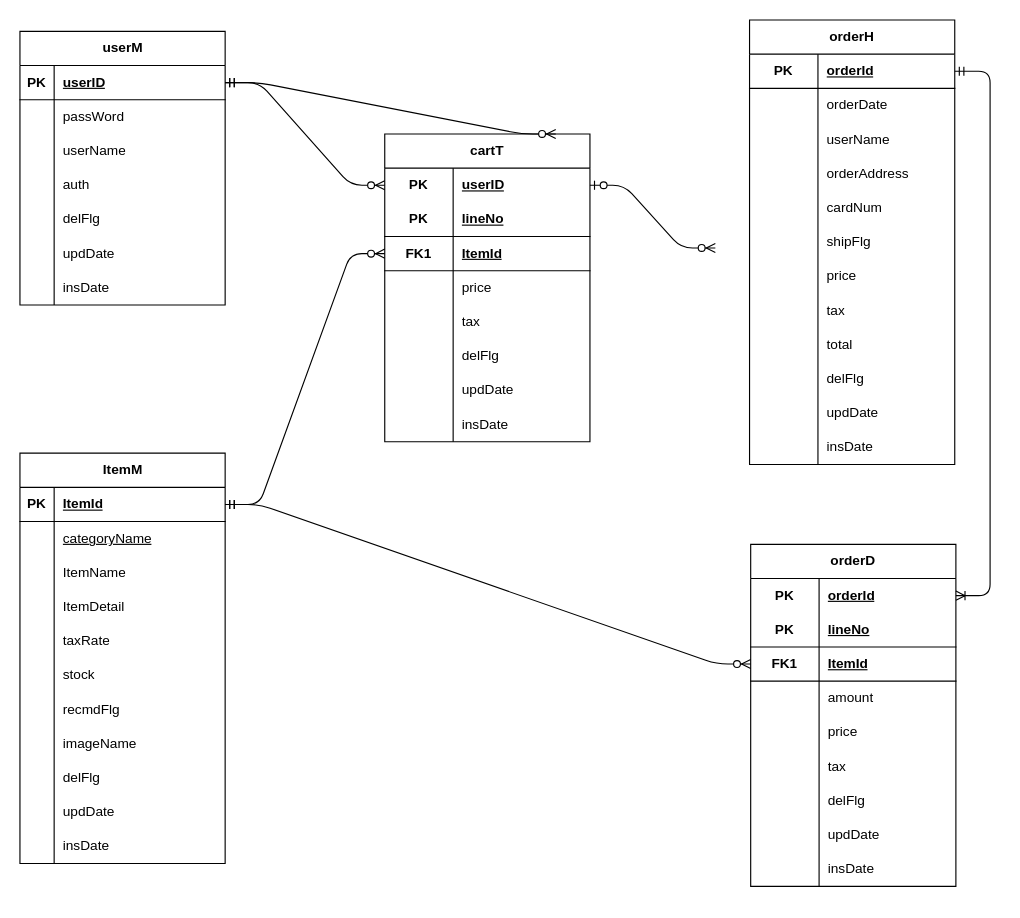
Before: page "のど飴ＤＢ" (1 of 3) of 仕様書/er.dio in 25r1116hirai-cmd/25R1116_Nodoame_EC_Project, a draw.io diagram. Source tidied: cells renumbered, new cells numbered last; positions are measured from the earlier drawing's top-left corner, leaving out a move shared by most shapes. Both pictures are drawn from the tidied source at 114%, with x=0, y=0 at pixel (19, -26).
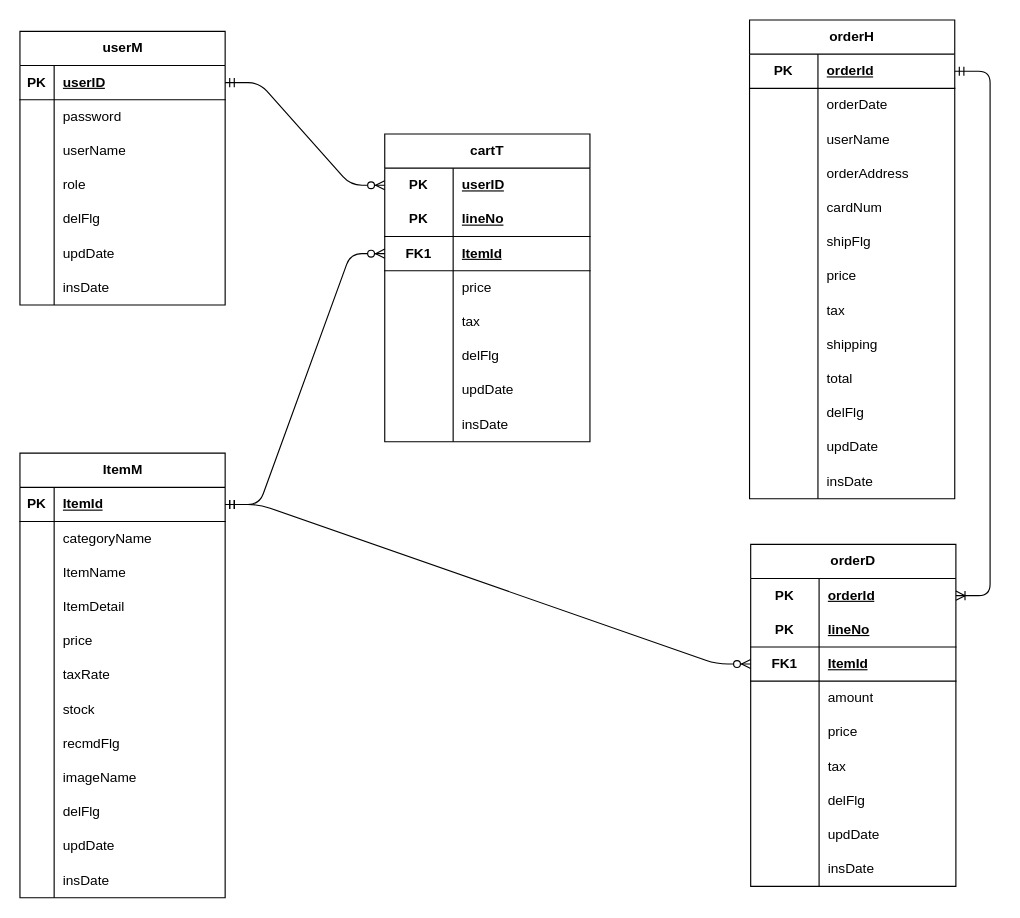
The same diagram, later.

The change refers to these unchanged cells:
```xml
<mxCell id="3" style="shape=tableRow;horizontal=0;startSize=0;swimlaneHead=0;swimlaneBody=0;fillColor=none;points=[[0,0.5],[1,0.5]];portConstraint=eastwest;top=0;left=0;right=0;bottom=1;" parent="2" vertex="1">
  <mxGeometry y="30" width="180" height="30" as="geometry" />
</mxCell>
<mxCell id="6" style="shape=tableRow;horizontal=0;startSize=0;swimlaneHead=0;swimlaneBody=0;fillColor=none;top=0;left=0;right=0;bottom=0;" parent="2" vertex="1">
  <mxGeometry y="60" width="180" height="30" as="geometry" />
</mxCell>
<mxCell id="12" style="shape=tableRow;horizontal=0;startSize=0;swimlaneHead=0;swimlaneBody=0;fillColor=none;top=0;left=0;right=0;bottom=0;" parent="2" vertex="1">
  <mxGeometry y="120" width="180" height="30" as="geometry" />
</mxCell>
<mxCell id="28" style="shape=tableRow;horizontal=0;startSize=0;swimlaneHead=0;swimlaneBody=0;fillColor=none;top=0;left=0;right=0;bottom=0;" parent="24" vertex="1">
  <mxGeometry y="60" width="180" height="30" as="geometry" />
</mxCell>
<mxCell id="59" style="shape=tableRow;horizontal=0;startSize=0;swimlaneHead=0;swimlaneBody=0;fillColor=none;points=[[0,0.5],[1,0.5]];portConstraint=eastwest;top=0;left=0;right=0;bottom=0;html=1;" parent="58" vertex="1">
  <mxGeometry y="30" width="180" height="30" as="geometry" />
</mxCell>
```

The edit, as a diff of the source:
```diff
@@
-    <mxCell id="8" value="passWord" style="shape=partialRectangle;fillColor=none;top=0;left=0;bottom=0;right=0;align=left;spacingLeft=6;overflow=hidden;whiteSpace=wrap;html=1;" parent="6" vertex="1">
+    <mxCell id="8" value="password" style="shape=partialRectangle;fillColor=none;top=0;left=0;bottom=0;right=0;align=left;spacingLeft=6;overflow=hidden;whiteSpace=wrap;html=1;" parent="6" vertex="1">
       <mxGeometry x="30" width="150" height="30" as="geometry" />
     </mxCell>
@@
-    <mxCell id="14" value="auth" style="shape=partialRectangle;fillColor=none;top=0;left=0;bottom=0;right=0;align=left;spacingLeft=6;overflow=hidden;whiteSpace=wrap;html=1;" parent="12" vertex="1">
+    <mxCell id="14" value="role" style="shape=partialRectangle;fillColor=none;top=0;left=0;bottom=0;right=0;align=left;spacingLeft=6;overflow=hidden;whiteSpace=wrap;html=1;" parent="12" vertex="1">
       <mxGeometry x="30" width="150" height="30" as="geometry" />
     </mxCell>
@@
     <mxCell id="24" value="ItemM" style="shape=table;startSize=30;childLayout=tableLayout;rowLines=0;fontStyle=1;align=center;html=1;" parent="1" vertex="1">
-      <mxGeometry y="420" width="180" height="360" as="geometry" />
+      <mxGeometry y="420" width="180" height="390" as="geometry" />
     </mxCell>
@@
-    <mxCell id="30" value="&lt;span style=&quot;color: rgb(0, 0, 0); text-decoration-line: underline;&quot;&gt;categoryName&lt;/span&gt;" style="shape=partialRectangle;fillColor=none;top=0;left=0;bottom=0;right=0;align=left;spacingLeft=6;overflow=hidden;whiteSpace=wrap;html=1;" parent="28" vertex="1">
+    <mxCell id="30" value="&lt;span style=&quot;color: rgb(0, 0, 0);&quot;&gt;categoryName&lt;/span&gt;" style="shape=partialRectangle;fillColor=none;top=0;left=0;bottom=0;right=0;align=left;spacingLeft=6;overflow=hidden;whiteSpace=wrap;html=1;fontStyle=0;" parent="28" vertex="1">
       <mxGeometry x="30" width="150" height="30" as="geometry" />
     </mxCell>
@@
+    <mxCell id="154" style="shape=tableRow;horizontal=0;startSize=0;swimlaneHead=0;swimlaneBody=0;fillColor=none;top=0;left=0;right=0;bottom=0;" parent="24" vertex="1">
+      <mxGeometry y="150" width="180" height="30" as="geometry" />
+    </mxCell>
+    <mxCell id="155" style="shape=partialRectangle;fillColor=none;top=0;left=0;bottom=0;right=0;overflow=hidden;whiteSpace=wrap;html=1;" parent="154" vertex="1">
+      <mxGeometry width="30" height="30" as="geometry" />
+    </mxCell>
+    <mxCell id="156" value="price" style="shape=partialRectangle;fillColor=none;top=0;left=0;bottom=0;right=0;align=left;spacingLeft=6;overflow=hidden;whiteSpace=wrap;html=1;" parent="154" vertex="1">
+      <mxGeometry x="30" width="150" height="30" as="geometry" />
+    </mxCell>
     <mxCell id="37" style="shape=tableRow;horizontal=0;startSize=0;swimlaneHead=0;swimlaneBody=0;fillColor=none;top=0;left=0;right=0;bottom=0;" parent="24" vertex="1">
-      <mxGeometry y="150" width="180" height="30" as="geometry" />
+      <mxGeometry y="180" width="180" height="30" as="geometry" />
     </mxCell>
@@
     <mxCell id="40" style="shape=tableRow;horizontal=0;startSize=0;swimlaneHead=0;swimlaneBody=0;fillColor=none;top=0;left=0;right=0;bottom=0;" parent="24" vertex="1">
-      <mxGeometry y="180" width="180" height="30" as="geometry" />
+      <mxGeometry y="210" width="180" height="30" as="geometry" />
     </mxCell>
@@
     <mxCell id="43" style="shape=tableRow;horizontal=0;startSize=0;swimlaneHead=0;swimlaneBody=0;fillColor=none;top=0;left=0;right=0;bottom=0;" parent="24" vertex="1">
-      <mxGeometry y="210" width="180" height="30" as="geometry" />
+      <mxGeometry y="240" width="180" height="30" as="geometry" />
     </mxCell>
@@
     <mxCell id="46" style="shape=tableRow;horizontal=0;startSize=0;swimlaneHead=0;swimlaneBody=0;fillColor=none;top=0;left=0;right=0;bottom=0;" parent="24" vertex="1">
-      <mxGeometry y="240" width="180" height="30" as="geometry" />
+      <mxGeometry y="270" width="180" height="30" as="geometry" />
     </mxCell>
@@
     <mxCell id="49" style="shape=tableRow;horizontal=0;startSize=0;swimlaneHead=0;swimlaneBody=0;fillColor=none;top=0;left=0;right=0;bottom=0;" parent="24" vertex="1">
-      <mxGeometry y="270" width="180" height="30" as="geometry" />
+      <mxGeometry y="300" width="180" height="30" as="geometry" />
     </mxCell>
@@
     <mxCell id="52" style="shape=tableRow;horizontal=0;startSize=0;swimlaneHead=0;swimlaneBody=0;fillColor=none;top=0;left=0;right=0;bottom=0;" parent="24" vertex="1">
-      <mxGeometry y="300" width="180" height="30" as="geometry" />
+      <mxGeometry y="330" width="180" height="30" as="geometry" />
     </mxCell>
@@
     <mxCell id="55" style="shape=tableRow;horizontal=0;startSize=0;swimlaneHead=0;swimlaneBody=0;fillColor=none;top=0;left=0;right=0;bottom=0;" parent="24" vertex="1">
-      <mxGeometry y="330" width="180" height="30" as="geometry" />
+      <mxGeometry y="360" width="180" height="30" as="geometry" />
     </mxCell>
@@
     <mxCell id="85" value="orderH" style="shape=table;startSize=30;childLayout=tableLayout;rowLines=0;fontStyle=1;align=center;html=1;whiteSpace=wrap;" parent="1" vertex="1">
-      <mxGeometry x="640" y="40" width="180" height="390" as="geometry" />
+      <mxGeometry x="640" y="40" width="180" height="420" as="geometry" />
     </mxCell>
@@
+    <mxCell id="157" style="shape=tableRow;horizontal=0;startSize=0;swimlaneHead=0;swimlaneBody=0;fillColor=none;top=0;left=0;right=0;bottom=0;html=1;" parent="85" vertex="1">
+      <mxGeometry y="270" width="180" height="30" as="geometry" />
+    </mxCell>
+    <mxCell id="158" style="shape=partialRectangle;fillColor=none;top=0;left=0;bottom=0;right=0;overflow=hidden;html=1;whiteSpace=wrap;" parent="157" vertex="1">
+      <mxGeometry width="60" height="30" as="geometry" />
+    </mxCell>
+    <mxCell id="159" value="shipping" style="shape=partialRectangle;fillColor=none;top=0;left=0;bottom=0;right=0;align=left;spacingLeft=6;overflow=hidden;html=1;whiteSpace=wrap;" parent="157" vertex="1">
+      <mxGeometry x="60" width="120" height="30" as="geometry" />
+    </mxCell>
     <mxCell id="110" style="shape=tableRow;horizontal=0;startSize=0;swimlaneHead=0;swimlaneBody=0;fillColor=none;top=0;left=0;right=0;bottom=0;html=1;" parent="85" vertex="1">
-      <mxGeometry y="270" width="180" height="30" as="geometry" />
+      <mxGeometry y="300" width="180" height="30" as="geometry" />
     </mxCell>
@@
     <mxCell id="113" style="shape=tableRow;horizontal=0;startSize=0;swimlaneHead=0;swimlaneBody=0;fillColor=none;top=0;left=0;right=0;bottom=0;html=1;" parent="85" vertex="1">
-      <mxGeometry y="300" width="180" height="30" as="geometry" />
+      <mxGeometry y="330" width="180" height="30" as="geometry" />
     </mxCell>
@@
     <mxCell id="116" style="shape=tableRow;horizontal=0;startSize=0;swimlaneHead=0;swimlaneBody=0;fillColor=none;top=0;left=0;right=0;bottom=0;html=1;" parent="85" vertex="1">
-      <mxGeometry y="330" width="180" height="30" as="geometry" />
+      <mxGeometry y="360" width="180" height="30" as="geometry" />
     </mxCell>
@@
     <mxCell id="119" style="shape=tableRow;horizontal=0;startSize=0;swimlaneHead=0;swimlaneBody=0;fillColor=none;top=0;left=0;right=0;bottom=0;html=1;" parent="85" vertex="1">
-      <mxGeometry y="360" width="180" height="30" as="geometry" />
+      <mxGeometry y="390" width="180" height="30" as="geometry" />
     </mxCell>
@@
-    <mxCell id="122" style="edgeStyle=entityRelationEdgeStyle;fontSize=12;html=1;endArrow=ERzeroToMany;startArrow=ERmandOne;exitX=1;exitY=0.5;exitDx=0;exitDy=0;entryX=0;entryY=0.5;entryDx=0;entryDy=0;" parent="1" edge="1" source="3">
-      <mxGeometry relative="1" as="geometry">
-        <mxPoint x="470" y="140" as="targetPoint" />
-        <Array as="points">
-          <mxPoint x="410" y="10" />
-          <mxPoint x="400" />
-          <mxPoint x="620" y="110" />
-          <mxPoint x="620" y="110" />
-        </Array>
-      </mxGeometry>
-    </mxCell>
-    <mxCell id="123" style="edgeStyle=entityRelationEdgeStyle;fontSize=12;html=1;endArrow=ERzeroToMany;startArrow=ERzeroToOne;exitX=1;exitY=0.5;exitDx=0;exitDy=0;" parent="1" edge="1" source="59">
-      <mxGeometry relative="1" as="geometry">
-        <mxPoint x="610" y="240" as="targetPoint" />
-      </mxGeometry>
-    </mxCell>
```
